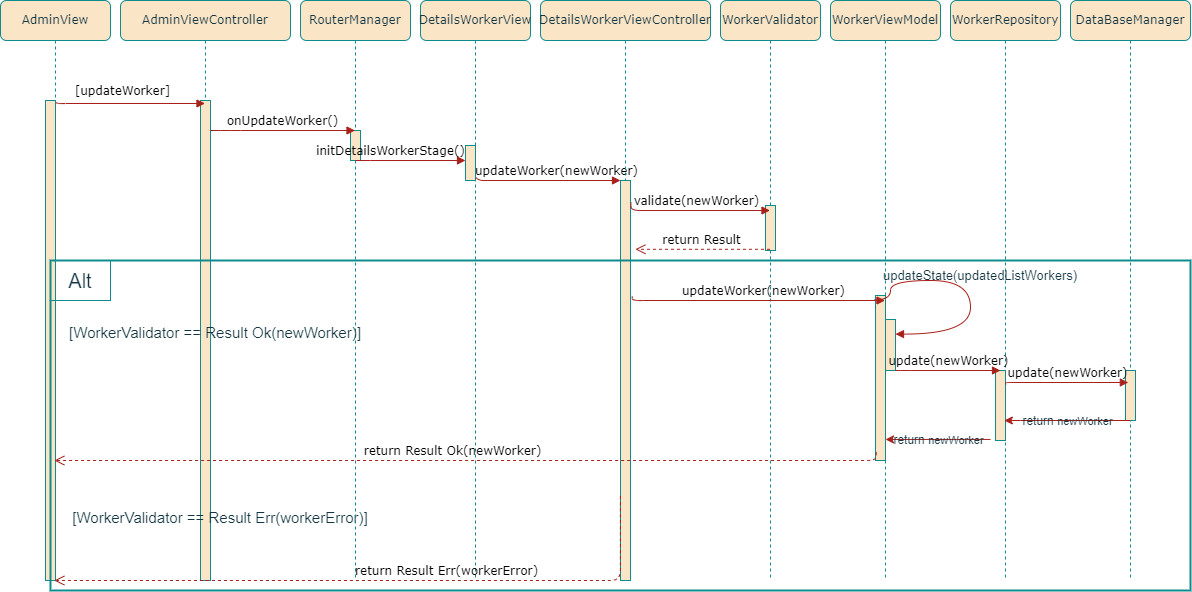
Earlier version of the draw.io export EntornosDeDesarrollo/DiagramasDeSecuencia/Actualizar trabajador.png (kuromiichi/ProyectoFinalITV). Source tidied: cells renumbered, new cells last; positions are measured from the earlier drawing's top-left corner, leaving out a move shared by most shapes.
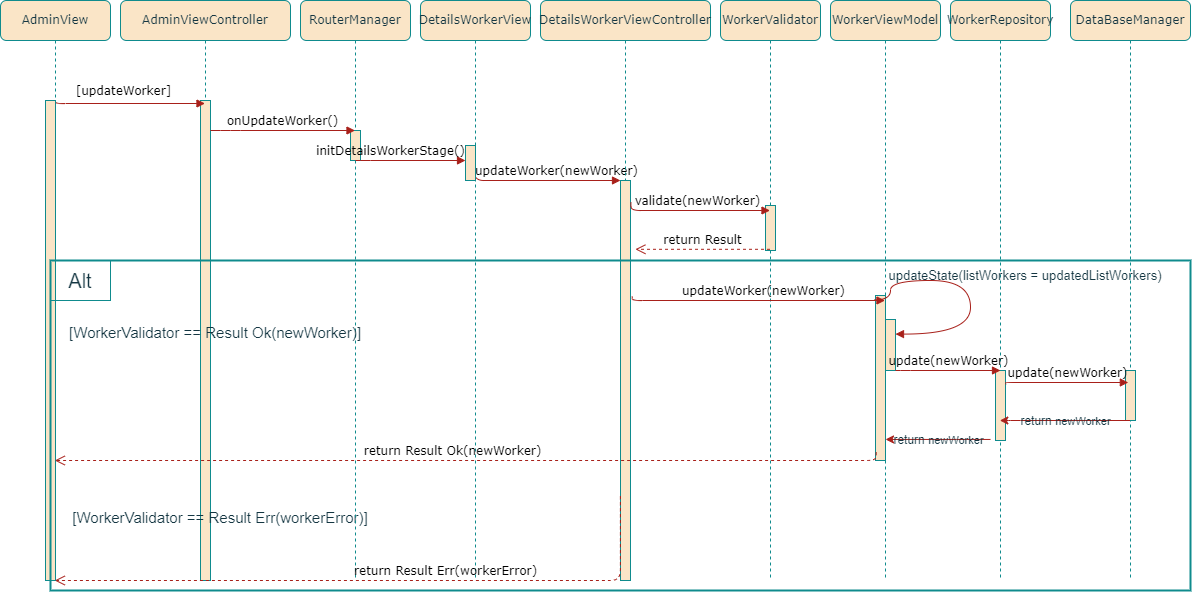
After the change.

The edit, as a diff of the source:
```diff
@@ -27,13 +27,13 @@
       <mxGeometry x="45" y="205" width="10" height="45" as="geometry" />
     </mxCell>
     <mxCell id="8" value="WorkerRepository" style="shape=umlLifeline;perimeter=lifelinePerimeter;whiteSpace=wrap;html=1;outlineConnect=0;rounded=1;shadow=0;comic=0;labelBackgroundColor=none;strokeWidth=1;fontFamily=Verdana;fontSize=12;align=center;fillColor=#FAE5C7;strokeColor=#0F8B8D;fontColor=#143642;" parent="1" vertex="1">
-      <mxGeometry x="1071" width="110" height="580" as="geometry" />
+      <mxGeometry x="1071" width="100" height="580" as="geometry" />
     </mxCell>
     <mxCell id="9" style="html=1;points=[];perimeter=orthogonalPerimeter;rounded=0;shadow=0;comic=0;labelBackgroundColor=none;strokeWidth=1;fontFamily=Verdana;fontSize=12;align=center;fillColor=#FAE5C7;strokeColor=#0F8B8D;fontColor=#143642;" parent="8" vertex="1">
       <mxGeometry x="45" y="370" width="10" height="70" as="geometry" />
     </mxCell>
-    <mxCell id="10" value="&lt;font style=&quot;font-size: 13px;&quot;&gt;updateState(updatedListWorkers)&lt;/font&gt;" style="text;html=1;strokeColor=none;fillColor=none;align=center;verticalAlign=middle;whiteSpace=wrap;rounded=0;labelBackgroundColor=none;fontColor=#143642;" parent="8" vertex="1">
-      <mxGeometry x="-70" y="260" width="200" height="30" as="geometry" />
+    <mxCell id="10" value="&lt;font style=&quot;font-size: 13px;&quot;&gt;updateState(listWorkers = updatedListWorkers)&lt;/font&gt;" style="text;html=1;strokeColor=none;fillColor=none;align=center;verticalAlign=middle;whiteSpace=wrap;rounded=0;labelBackgroundColor=none;fontColor=#143642;" parent="8" vertex="1">
+      <mxGeometry x="-70" y="260" width="290" height="30" as="geometry" />
     </mxCell>
     <mxCell id="11" value="DataBaseManager" style="shape=umlLifeline;perimeter=lifelinePerimeter;whiteSpace=wrap;html=1;outlineConnect=0;rounded=1;shadow=0;comic=0;labelBackgroundColor=none;strokeWidth=1;fontFamily=Verdana;fontSize=12;align=center;fillColor=#FAE5C7;strokeColor=#0F8B8D;fontColor=#143642;" parent="1" vertex="1">
       <mxGeometry x="1191" width="120" height="580" as="geometry" />
```
